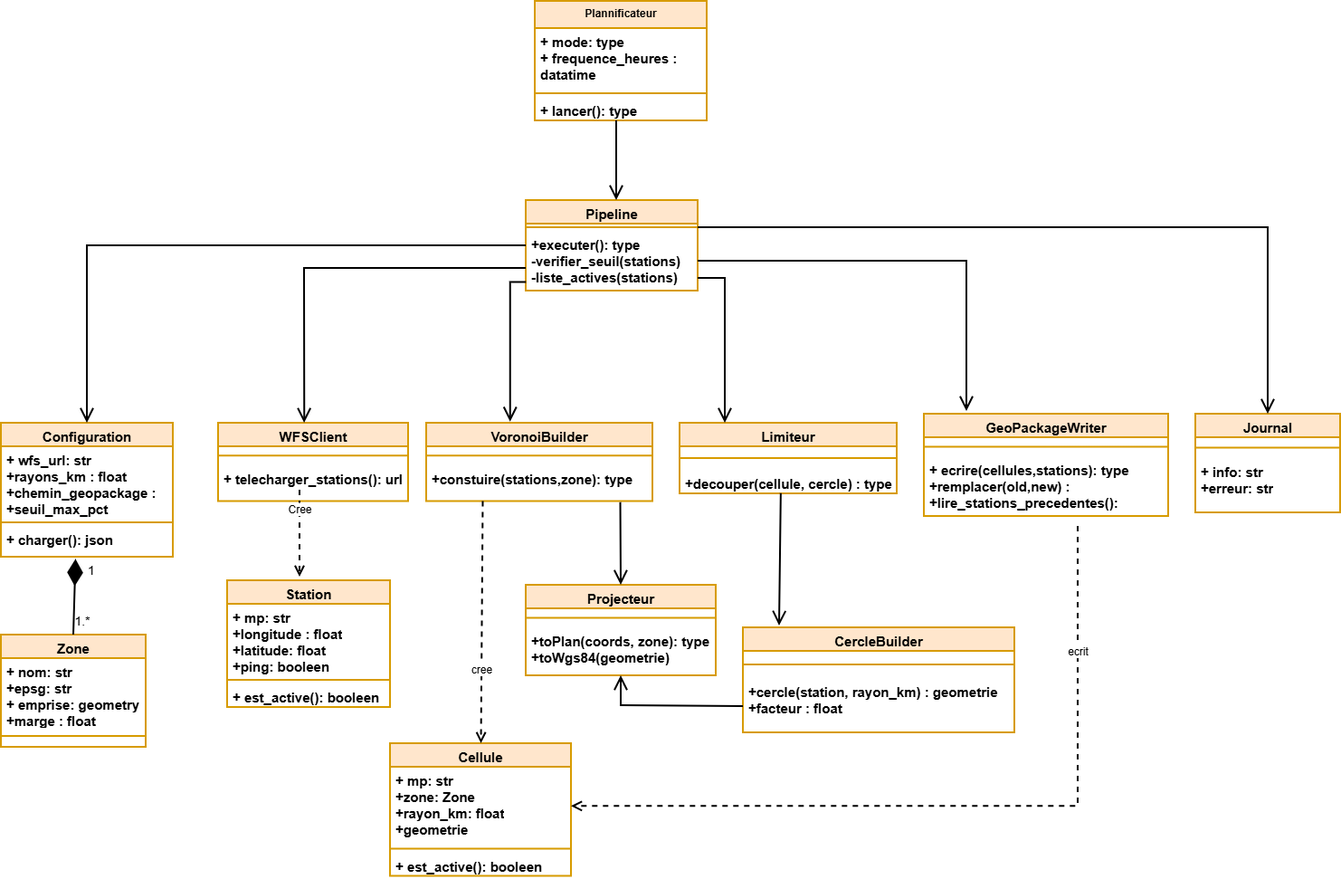
Earlier version of the draw.io export Diagramme de classe.png (Akatebra/Projet_Info_Voronoi). Source tidied: cells renumbered, new cells last; positions are measured from the earlier drawing's top-left corner, leaving out a move shared by most shapes.
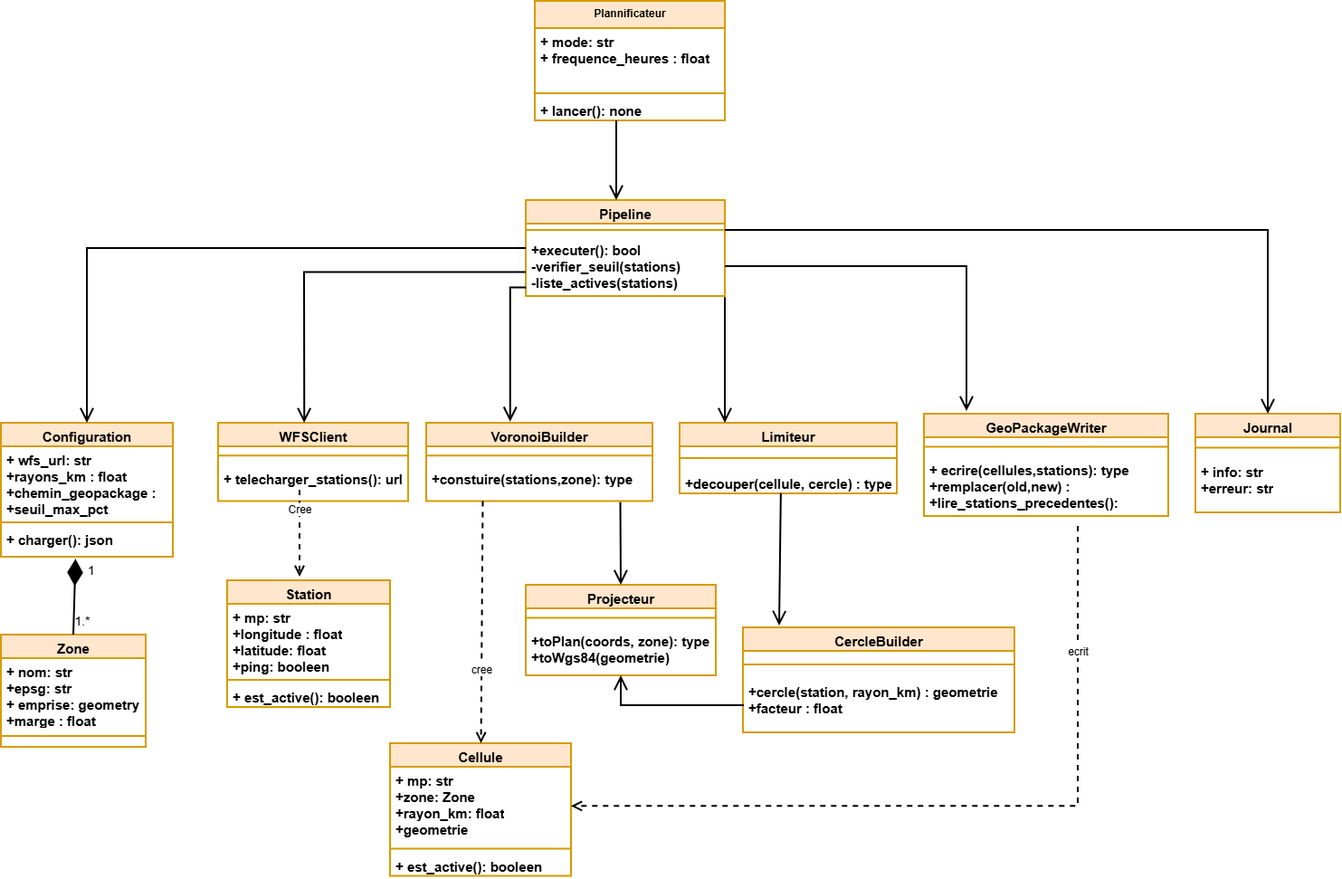
Above is the later version.

Commit message:
Mettre à jour Diagramme de classe.png

Diff of the diagram source:
```diff
@@ -3,25 +3,25 @@
     <mxCell id="0" />
     <mxCell id="1" parent="0" />
     <mxCell id="2" value="&lt;font style=&quot;font-size: 15px;&quot;&gt;Pipeline&lt;/font&gt;" style="swimlane;fontStyle=1;align=center;verticalAlign=top;horizontal=1;startSize=26;whiteSpace=wrap;html=1;strokeWidth=2;fillColor=#ffe6cc;strokeColor=#d79b00;" parent="1" vertex="1">
-      <mxGeometry x="580" y="220" width="190" height="100" as="geometry" />
+      <mxGeometry x="580" y="220" width="220" height="106" as="geometry" />
     </mxCell>
     <mxCell id="3" style="line;strokeWidth=2;fillColor=none;align=left;verticalAlign=middle;spacingTop=-1;spacingLeft=3;spacingRight=3;labelPosition=right;points=[];portConstraint=eastwest;strokeColor=inherit;labelPerimeter=1;" parent="2" vertex="1">
-      <mxGeometry y="26" width="190" height="8" as="geometry" />
+      <mxGeometry y="26" width="220" height="14" as="geometry" />
     </mxCell>
-    <mxCell id="4" value="&lt;div style=&quot;text-align: justify;&quot;&gt;&lt;span style=&quot;font-size: 15px; background-color: transparent; color: light-dark(#000000, var(--ge-light-color, #ffffff));&quot;&gt;&lt;b&gt;+executer(): type&lt;/b&gt;&lt;/span&gt;&lt;/div&gt;&lt;div style=&quot;text-align: justify;&quot;&gt;&lt;font style=&quot;font-size: 15px;&quot;&gt;&lt;b&gt;-verifier_seuil(stations)&lt;/b&gt;&lt;/font&gt;&lt;/div&gt;&lt;div style=&quot;text-align: justify;&quot;&gt;&lt;font style=&quot;font-size: 15px;&quot;&gt;&lt;b&gt;-liste_actives(stations)&lt;/b&gt;&lt;/font&gt;&lt;/div&gt;" style="text;strokeColor=none;fillColor=none;align=left;verticalAlign=top;spacingLeft=4;spacingRight=4;overflow=hidden;points=[[0,0.5],[1,0.5]];portConstraint=eastwest;whiteSpace=wrap;html=1;strokeWidth=2;" parent="2" vertex="1">
-      <mxGeometry y="34" width="190" height="66" as="geometry" />
+    <mxCell id="4" value="&lt;div style=&quot;text-align: justify;&quot;&gt;&lt;span style=&quot;font-size: 15px; background-color: transparent; color: light-dark(#000000, var(--ge-light-color, #ffffff));&quot;&gt;&lt;b&gt;+executer(): bool&lt;/b&gt;&lt;/span&gt;&lt;/div&gt;&lt;div style=&quot;text-align: justify;&quot;&gt;&lt;font style=&quot;font-size: 15px;&quot;&gt;&lt;b&gt;-verifier_seuil(stations)&lt;/b&gt;&lt;/font&gt;&lt;/div&gt;&lt;div style=&quot;text-align: justify;&quot;&gt;&lt;font style=&quot;font-size: 15px;&quot;&gt;&lt;b&gt;-liste_actives(stations)&lt;/b&gt;&lt;/font&gt;&lt;/div&gt;" style="text;strokeColor=none;fillColor=none;align=left;verticalAlign=top;spacingLeft=4;spacingRight=4;overflow=hidden;points=[[0,0.5],[1,0.5]];portConstraint=eastwest;whiteSpace=wrap;html=1;strokeWidth=2;" parent="2" vertex="1">
+      <mxGeometry y="40" width="220" height="66" as="geometry" />
     </mxCell>
     <mxCell id="5" value="Plannificateur" style="swimlane;fontStyle=1;align=center;verticalAlign=top;horizontal=1;startSize=30;whiteSpace=wrap;html=1;strokeWidth=2;fillColor=#ffe6cc;strokeColor=#d79b00;" parent="1" vertex="1">
-      <mxGeometry x="590" width="190" height="132" as="geometry" />
+      <mxGeometry x="590" width="210" height="132" as="geometry" />
     </mxCell>
-    <mxCell id="6" value="&lt;b&gt;&lt;font style=&quot;font-size: 15px;&quot;&gt;+ mode: type&lt;/font&gt;&lt;/b&gt;&lt;div&gt;&lt;b&gt;&lt;font style=&quot;font-size: 15px;&quot;&gt;+&amp;nbsp;frequence_heures : datatime&lt;/font&gt;&lt;/b&gt;&lt;/div&gt;" style="text;strokeColor=none;fillColor=none;align=left;verticalAlign=top;spacingLeft=4;spacingRight=4;overflow=hidden;whiteSpace=wrap;html=1;strokeWidth=2;" parent="5" vertex="1">
-      <mxGeometry y="30" width="190" height="68" as="geometry" />
+    <mxCell id="6" value="&lt;b&gt;&lt;font style=&quot;font-size: 15px;&quot;&gt;+ mode: str&lt;/font&gt;&lt;/b&gt;&lt;div&gt;&lt;b&gt;&lt;font style=&quot;font-size: 15px;&quot;&gt;+&amp;nbsp;frequence_heures : float&lt;/font&gt;&lt;/b&gt;&lt;/div&gt;" style="text;strokeColor=none;fillColor=none;align=left;verticalAlign=top;spacingLeft=4;spacingRight=4;overflow=hidden;whiteSpace=wrap;html=1;strokeWidth=2;" parent="5" vertex="1">
+      <mxGeometry y="30" width="210" height="68" as="geometry" />
     </mxCell>
     <mxCell id="7" style="line;strokeWidth=2;fillColor=none;align=left;verticalAlign=middle;spacingTop=-1;spacingLeft=3;spacingRight=3;labelPosition=right;strokeColor=inherit;labelPerimeter=1;" parent="5" vertex="1">
-      <mxGeometry y="98" width="190" height="8" as="geometry" />
+      <mxGeometry y="98" width="210" height="8" as="geometry" />
     </mxCell>
-    <mxCell id="8" value="&lt;font style=&quot;font-size: 15px;&quot;&gt;&lt;b&gt;+ lancer(): type&lt;/b&gt;&lt;/font&gt;" style="text;strokeColor=none;fillColor=none;align=left;verticalAlign=top;spacingLeft=4;spacingRight=4;overflow=hidden;whiteSpace=wrap;html=1;strokeWidth=2;" parent="5" vertex="1">
-      <mxGeometry y="106" width="190" height="26" as="geometry" />
+    <mxCell id="8" value="&lt;font style=&quot;font-size: 15px;&quot;&gt;&lt;b&gt;+ lancer(): none&lt;/b&gt;&lt;/font&gt;" style="text;strokeColor=none;fillColor=none;align=left;verticalAlign=top;spacingLeft=4;spacingRight=4;overflow=hidden;whiteSpace=wrap;html=1;strokeWidth=2;" parent="5" vertex="1">
+      <mxGeometry y="106" width="210" height="26" as="geometry" />
     </mxCell>
     <mxCell id="9" value="&lt;font style=&quot;font-size: 15px;&quot;&gt;VoronoiBuilder&lt;/font&gt;" style="swimlane;fontStyle=1;align=center;verticalAlign=top;horizontal=1;startSize=26;whiteSpace=wrap;html=1;strokeWidth=2;fillColor=#ffe6cc;strokeColor=#d79b00;" parent="1" vertex="1">
       <mxGeometry x="470" y="466" width="250" height="86.5" as="geometry" />
@@ -104,9 +104,13 @@
     <mxCell id="34" style="endArrow=open;endFill=1;endSize=12;html=1;rounded=0;defaultLabelBackgroundColor=page;labelPadding=0 4;entryX=0.371;entryY=-0.014;entryDx=0;entryDy=0;edgeStyle=orthogonalEdgeStyle;exitX=0.001;exitY=0.855;exitDx=0;exitDy=0;exitPerimeter=0;entryPerimeter=0;strokeWidth=2;" parent="1" edge="1" source="4" target="9">
       <mxGeometry x="0.54" relative="1" as="geometry" />
     </mxCell>
-    <mxCell id="35" style="endArrow=open;endFill=0;endSize=12;html=1;rounded=0;defaultLabelBackgroundColor=page;labelPadding=0 4;entryX=0.371;entryY=-0.014;entryDx=0;entryDy=0;edgeStyle=orthogonalEdgeStyle;exitX=1;exitY=0.788;exitDx=0;exitDy=0;exitPerimeter=0;entryPerimeter=0;strokeWidth=2;" parent="1" edge="1" source="4">
-      <mxGeometry x="0.52" relative="1" as="geometry">
+    <mxCell id="35" style="endArrow=open;endFill=0;endSize=12;html=1;rounded=0;defaultLabelBackgroundColor=page;labelPadding=0 4;entryX=0.371;entryY=-0.014;entryDx=0;entryDy=0;edgeStyle=orthogonalEdgeStyle;entryPerimeter=0;strokeWidth=2;" parent="1" edge="1">
+      <mxGeometry x="0.39" relative="1" as="geometry">
+        <mxPoint x="800" y="327.2" as="sourcePoint" />
         <mxPoint x="800" y="466" as="targetPoint" />
+        <Array as="points">
+          <mxPoint x="800" y="327.2" />
+        </Array>
       </mxGeometry>
     </mxCell>
     <mxCell id="36" style="endArrow=open;endFill=0;endSize=12;html=1;rounded=0;defaultLabelBackgroundColor=page;labelPadding=0 4;entryX=0.371;entryY=-0.014;entryDx=0;entryDy=0;edgeStyle=orthogonalEdgeStyle;exitX=1;exitY=0.5;exitDx=0;exitDy=0;entryPerimeter=0;strokeWidth=2;" parent="1" edge="1" source="4">
```
